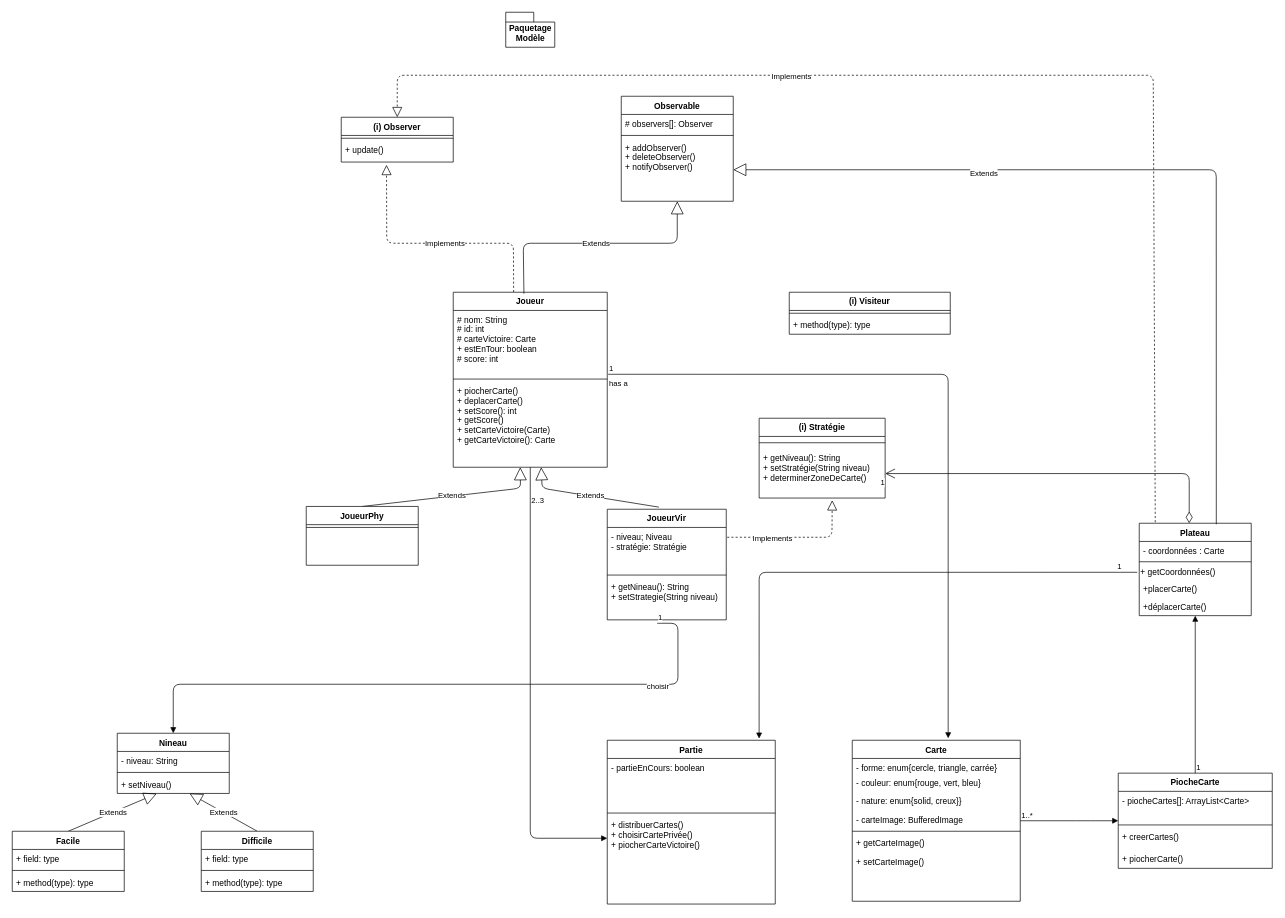
The draw.io diagram classe_paquetageModèle.drawio in codingTheWorld777/Diagrams-Project_SHAPE_UP, before the edit. Source tidied: cells renumbered, new cells numbered last; positions are measured from the earlier drawing's top-left corner, leaving out a move shared by most shapes. Both pictures are drawn from the tidied source at 70%, with x=0, y=0 at pixel (12, 12).
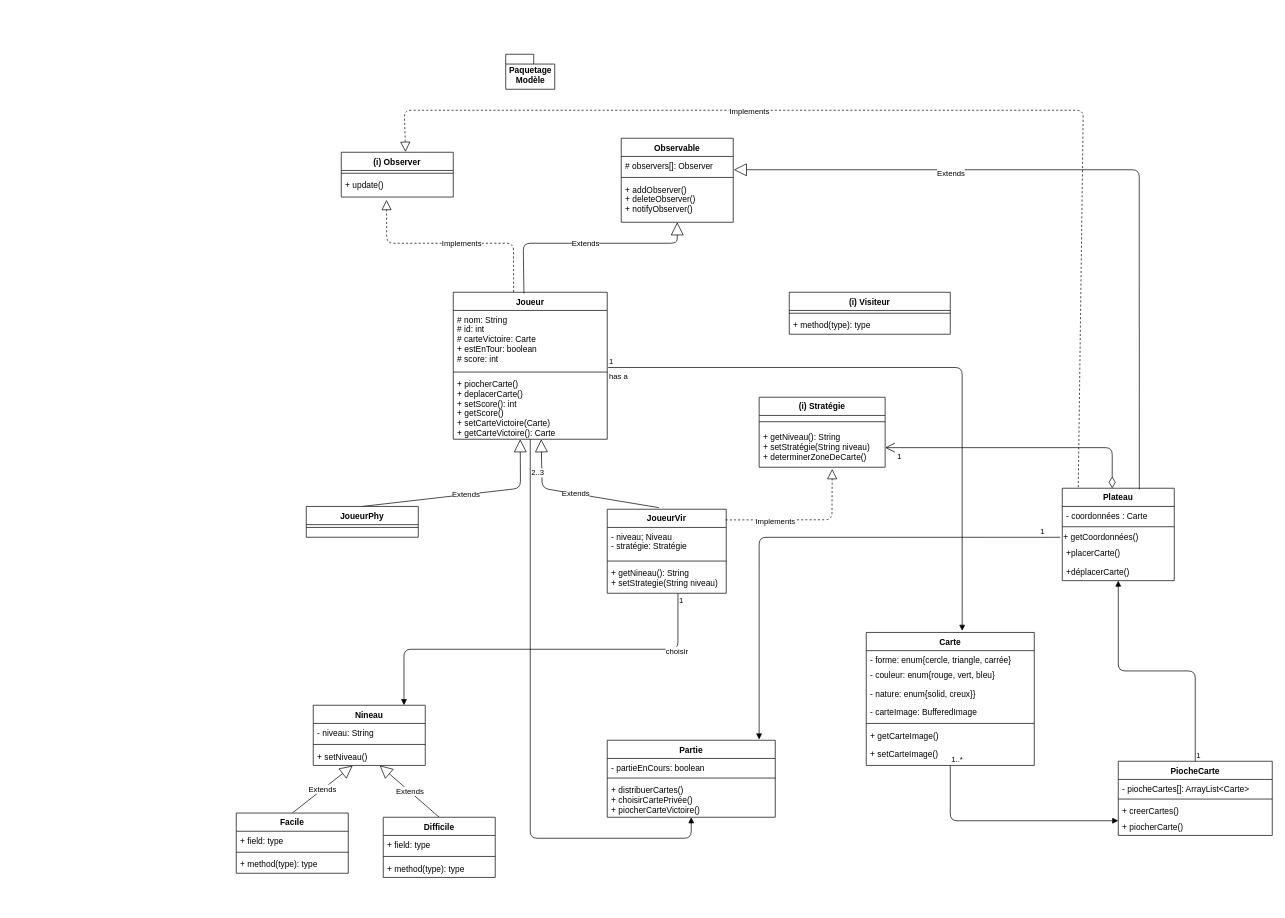
Above is the later version.

The change refers to these unchanged cells:
```xml
<mxCell id="15" value="# observers[]: Observer" style="text;strokeColor=none;fillColor=none;align=left;verticalAlign=top;spacingLeft=4;spacingRight=4;overflow=hidden;points=[[0,0.5],[1,0.5]];portConstraint=eastwest;" parent="14" vertex="1">
  <mxGeometry y="26" width="160" height="26" as="geometry" />
</mxCell>
<mxCell id="85" style="endArrow=open;html=1;endSize=12;startArrow=diamondThin;startSize=14;startFill=0;edgeStyle=orthogonalEdgeStyle;entryX=1;entryY=0.5;entryDx=0;entryDy=0;exitX=0.446;exitY=0;exitDx=0;exitDy=0;exitPerimeter=0;" parent="1" edge="1" source="54" target="80">
  <mxGeometry relative="1" as="geometry" />
</mxCell>
```

Change to the diagram source:
```diff
@@
     <mxCell id="2" value="(i) Observer" style="swimlane;fontStyle=1;align=center;verticalAlign=top;horizontal=1;startSize=26;" parent="1" vertex="1">
-      <mxGeometry x="470" y="150" width="160" height="64" as="geometry" />
+      <mxGeometry x="470" y="200" width="160" height="64" as="geometry" />
     </mxCell>
@@
     <mxCell id="7" value="Joueur" style="swimlane;fontStyle=1;align=center;verticalAlign=top;horizontal=1;startSize=26;" parent="1" vertex="1">
-      <mxGeometry x="630" y="400" width="220" height="250" as="geometry" />
+      <mxGeometry x="630" y="400" width="220" height="210" as="geometry" />
     </mxCell>
     <mxCell id="8" value="# nom: String&#10;# id: int&#10;# carteVictoire: Carte&#10;+ estEnTour: boolean&#10;# score: int" style="text;strokeColor=none;fillColor=none;align=left;verticalAlign=top;spacingLeft=4;spacingRight=4;overflow=hidden;points=[[0,0.5],[1,0.5]];portConstraint=eastwest;" parent="7" vertex="1">
-      <mxGeometry y="26" width="220" height="94" as="geometry" />
+      <mxGeometry y="26" width="220" height="84" as="geometry" />
     </mxCell>
     <mxCell id="9" style="line;strokeWidth=1;fillColor=none;align=left;verticalAlign=middle;spacingTop=-1;spacingLeft=3;spacingRight=3;labelPosition=right;" parent="7" vertex="1">
-      <mxGeometry y="120" width="220" height="8" as="geometry" />
+      <mxGeometry y="110" width="220" height="8" as="geometry" />
     </mxCell>
     <mxCell id="10" value="+ piocherCarte()&#10;+ deplacerCarte()&#10;+ setScore(): int&#10;+ getScore()&#10;+ setCarteVictoire(Carte)&#10;+ getCarteVictoire(): Carte" style="text;strokeColor=none;fillColor=none;align=left;verticalAlign=top;spacingLeft=4;spacingRight=4;overflow=hidden;points=[[0,0.5],[1,0.5]];portConstraint=eastwest;" parent="7" vertex="1">
-      <mxGeometry y="128" width="220" height="122" as="geometry" />
+      <mxGeometry y="118" width="220" height="92" as="geometry" />
     </mxCell>
@@
     <mxCell id="13" value="Paquetage&lt;br&gt;Modèle" style="shape=folder;fontStyle=1;spacingTop=10;tabWidth=40;tabHeight=14;tabPosition=left;html=1;fontColor=#000000;" parent="1" vertex="1">
-      <mxGeometry x="705" width="70" height="50" as="geometry" />
+      <mxGeometry x="705" y="60" width="70" height="50" as="geometry" />
     </mxCell>
     <mxCell id="14" value="Observable" style="swimlane;fontStyle=1;align=center;verticalAlign=top;horizontal=1;startSize=26;" parent="1" vertex="1">
-      <mxGeometry x="870" y="120" width="160" height="150" as="geometry" />
+      <mxGeometry x="870" y="180" width="160" height="120" as="geometry" />
     </mxCell>
@@
     <mxCell id="17" value="+ addObserver()&#10;+ deleteObserver()&#10;+ notifyObserver()" style="text;strokeColor=none;fillColor=none;align=left;verticalAlign=top;spacingLeft=4;spacingRight=4;overflow=hidden;points=[[0,0.5],[1,0.5]];portConstraint=eastwest;" parent="14" vertex="1">
-      <mxGeometry y="60" width="160" height="90" as="geometry" />
+      <mxGeometry y="60" width="160" height="60" as="geometry" />
     </mxCell>
-    <mxCell id="18" value="Extends" style="endArrow=block;endSize=16;endFill=0;html=1;fontColor=#000000;exitX=0.459;exitY=0.008;exitDx=0;exitDy=0;exitPerimeter=0;" parent="14" edge="1" source="7">
-      <mxGeometry relative="1" as="geometry">
-        <mxPoint x="80" y="150" as="targetPoint" />
-        <Array as="points">
-          <mxPoint x="-140" y="210" />
-          <mxPoint x="80" y="210" />
-        </Array>
-      </mxGeometry>
-    </mxCell>
     <mxCell id="19" value="Facile" style="swimlane;fontStyle=1;align=center;verticalAlign=top;horizontal=1;startSize=26;fontColor=#000000;" parent="1" vertex="1">
-      <mxGeometry y="1170" width="160" height="86" as="geometry" />
+      <mxGeometry x="320" y="1144" width="160" height="86" as="geometry" />
     </mxCell>
@@
     <mxCell id="23" value="Difficile" style="swimlane;fontStyle=1;align=center;verticalAlign=top;horizontal=1;startSize=26;fontColor=#000000;" parent="1" vertex="1">
-      <mxGeometry x="270" y="1170" width="160" height="86" as="geometry" />
+      <mxGeometry x="530" y="1150" width="160" height="86" as="geometry" />
     </mxCell>
@@
     <mxCell id="27" value="Nineau" style="swimlane;fontStyle=1;align=center;verticalAlign=top;horizontal=1;startSize=26;fontColor=#000000;" parent="1" vertex="1">
-      <mxGeometry x="150" y="1030" width="160" height="86" as="geometry" />
+      <mxGeometry x="430" y="990" width="160" height="86" as="geometry" />
     </mxCell>
@@
     <mxCell id="31" value="Carte" style="swimlane;fontStyle=1;align=center;verticalAlign=top;horizontal=1;startSize=26;rounded=0;shadow=0;strokeWidth=1;" parent="1" vertex="1">
-      <mxGeometry x="1200" y="1040" width="240" height="230" as="geometry" />
+      <mxGeometry x="1220" y="886" width="240" height="190" as="geometry" />
     </mxCell>
@@
     <mxCell id="39" value="JoueurVir" style="swimlane;fontStyle=1;align=center;verticalAlign=top;horizontal=1;startSize=26;" parent="1" vertex="1">
-      <mxGeometry x="850" y="710" width="170" height="158" as="geometry" />
+      <mxGeometry x="850" y="710" width="170" height="120" as="geometry" />
     </mxCell>
     <mxCell id="40" value="- niveau; Niveau&#10;- stratégie: Stratégie " style="text;strokeColor=none;fillColor=none;align=left;verticalAlign=top;spacingLeft=4;spacingRight=4;overflow=hidden;points=[[0,0.5],[1,0.5]];portConstraint=eastwest;" parent="39" vertex="1">
-      <mxGeometry y="26" width="170" height="64" as="geometry" />
+      <mxGeometry y="26" width="170" height="44" as="geometry" />
     </mxCell>
     <mxCell id="41" style="line;strokeWidth=1;fillColor=none;align=left;verticalAlign=middle;spacingTop=-1;spacingLeft=3;spacingRight=3;labelPosition=right;" parent="39" vertex="1">
-      <mxGeometry y="90" width="170" height="8" as="geometry" />
+      <mxGeometry y="70" width="170" height="8" as="geometry" />
     </mxCell>
     <mxCell id="42" value="+ getNineau(): String&#10;+ setStrategie(String niveau)" style="text;strokeColor=none;fillColor=none;align=left;verticalAlign=top;spacingLeft=4;spacingRight=4;overflow=hidden;points=[[0,0.5],[1,0.5]];portConstraint=eastwest;" parent="39" vertex="1">
-      <mxGeometry y="98" width="170" height="60" as="geometry" />
+      <mxGeometry y="78" width="170" height="42" as="geometry" />
     </mxCell>
     <mxCell id="43" value="JoueurPhy" style="swimlane;fontStyle=1;align=center;verticalAlign=top;horizontal=1;startSize=26;rounded=0;shadow=0;strokeWidth=1;" parent="1" vertex="1">
-      <mxGeometry x="420" y="706" width="160" height="84" as="geometry" />
+      <mxGeometry x="420" y="706" width="160" height="44" as="geometry" />
     </mxCell>
@@
     <mxCell id="45" value="PiocheCarte" style="swimlane;fontStyle=1;align=center;verticalAlign=top;horizontal=1;startSize=26;" parent="1" vertex="1">
-      <mxGeometry x="1580" y="1087" width="220" height="136" as="geometry" />
+      <mxGeometry x="1580" y="1070" width="220" height="106" as="geometry" />
     </mxCell>
     <mxCell id="46" value="- piocheCartes[]: ArrayList&lt;Carte&gt;" style="text;strokeColor=none;fillColor=none;align=left;verticalAlign=top;spacingLeft=4;spacingRight=4;overflow=hidden;" parent="45" vertex="1">
-      <mxGeometry y="26" width="220" height="44" as="geometry" />
+      <mxGeometry y="26" width="220" height="24" as="geometry" />
     </mxCell>
     <mxCell id="47" style="line;strokeWidth=1;fillColor=none;align=left;verticalAlign=middle;spacingTop=-1;spacingLeft=3;spacingRight=3;labelPosition=right;" parent="45" vertex="1">
-      <mxGeometry y="70" width="220" height="8" as="geometry" />
+      <mxGeometry y="50" width="220" height="8" as="geometry" />
     </mxCell>
     <mxCell id="48" value="+ creerCartes()" style="text;strokeColor=none;fillColor=none;align=left;verticalAlign=top;spacingLeft=4;spacingRight=4;overflow=hidden;" parent="45" vertex="1">
-      <mxGeometry y="78" width="220" height="32" as="geometry" />
+      <mxGeometry y="58" width="220" height="22" as="geometry" />
     </mxCell>
     <mxCell id="49" value="+ piocherCarte()" style="text;strokeColor=none;fillColor=none;align=left;verticalAlign=top;spacingLeft=4;spacingRight=4;overflow=hidden;" parent="45" vertex="1">
-      <mxGeometry y="110" width="220" height="26" as="geometry" />
+      <mxGeometry y="80" width="220" height="26" as="geometry" />
     </mxCell>
     <mxCell id="50" value="Partie" style="swimlane;fontStyle=1;align=center;verticalAlign=top;horizontal=1;startSize=26;" parent="1" vertex="1">
-      <mxGeometry x="850" y="1040" width="240" height="234" as="geometry" />
+      <mxGeometry x="850" y="1040" width="240" height="110" as="geometry" />
     </mxCell>
     <mxCell id="51" value="- partieEnCours: boolean&#10;" style="text;strokeColor=none;fillColor=none;align=left;verticalAlign=top;spacingLeft=4;spacingRight=4;overflow=hidden;" parent="50" vertex="1">
-      <mxGeometry y="26" width="240" height="74" as="geometry" />
+      <mxGeometry y="26" width="240" height="24" as="geometry" />
     </mxCell>
     <mxCell id="52" style="line;strokeWidth=1;fillColor=none;align=left;verticalAlign=middle;spacingTop=-1;spacingLeft=3;spacingRight=3;labelPosition=right;" parent="50" vertex="1">
-      <mxGeometry y="100" width="240" height="8" as="geometry" />
+      <mxGeometry y="50" width="240" height="8" as="geometry" />
     </mxCell>
     <mxCell id="53" value="+ distribuerCartes()&#10;+ choisirCartePrivée()&#10;+ piocherCarteVictoire()&#10;" style="text;strokeColor=none;fillColor=none;align=left;verticalAlign=top;spacingLeft=4;spacingRight=4;overflow=hidden;points=[[0,0.5],[1,0.5]];portConstraint=eastwest;" parent="50" vertex="1">
-      <mxGeometry y="108" width="240" height="126" as="geometry" />
+      <mxGeometry y="58" width="240" height="52" as="geometry" />
     </mxCell>
     <mxCell id="54" value="Plateau" style="swimlane;fontStyle=1;align=center;verticalAlign=top;horizontal=1;startSize=26;" parent="1" vertex="1">
-      <mxGeometry x="1610" y="730" width="160" height="132" as="geometry" />
+      <mxGeometry x="1500" y="680" width="160" height="132" as="geometry" />
     </mxCell>
@@
     <mxCell id="65" style="endArrow=block;endFill=1;html=1;edgeStyle=orthogonalEdgeStyle;align=left;verticalAlign=top;exitX=0.5;exitY=0;exitDx=0;exitDy=0;entryX=0.5;entryY=1;entryDx=0;entryDy=0;" parent="1" edge="1" source="45" target="54">
-      <mxGeometry x="-1" relative="1" as="geometry" />
+      <mxGeometry x="-1" relative="1" as="geometry">
+        <Array as="points">
+          <mxPoint x="1690" y="941" />
+          <mxPoint x="1580" y="941" />
+        </Array>
+      </mxGeometry>
     </mxCell>
@@
-    <mxCell id="71" value="Extends" style="endArrow=block;endSize=16;endFill=0;html=1;fontColor=#000000;entryX=1;entryY=0.5;entryDx=0;entryDy=0;exitX=0.688;exitY=0.011;exitDx=0;exitDy=0;exitPerimeter=0;" parent="1" edge="1" source="54" target="17">
+    <mxCell id="71" value="Extends" style="endArrow=block;endSize=16;endFill=0;html=1;fontColor=#000000;exitX=0.688;exitY=0.011;exitDx=0;exitDy=0;exitPerimeter=0;entryX=1.005;entryY=0.731;entryDx=0;entryDy=0;entryPerimeter=0;" parent="1" edge="1" source="54" target="15">
       <mxGeometry x="0.4" y="5" relative="1" as="geometry">
         <Array as="points">
-          <mxPoint x="1720" y="225" />
+          <mxPoint x="1610" y="225" />
         </Array>
       </mxGeometry>
     </mxCell>
@@
-    <mxCell id="74" style="endArrow=block;dashed=1;endFill=0;endSize=12;html=1;strokeColor=#000000;entryX=0.5;entryY=0;entryDx=0;entryDy=0;exitX=0.143;exitY=-0.011;exitDx=0;exitDy=0;exitPerimeter=0;" parent="1" edge="1" source="54" target="2">
+    <mxCell id="74" style="endArrow=block;dashed=1;endFill=0;endSize=12;html=1;strokeColor=#000000;exitX=0.143;exitY=-0.011;exitDx=0;exitDy=0;exitPerimeter=0;entryX=0.574;entryY=-0.007;entryDx=0;entryDy=0;entryPerimeter=0;" parent="1" edge="1" source="54" target="2">
       <mxGeometry relative="1" as="geometry">
         <Array as="points">
-          <mxPoint x="1630" y="90" />
-          <mxPoint x="550" y="90" />
+          <mxPoint x="1530" y="140" />
+          <mxPoint x="1110" y="140" />
+          <mxPoint x="830" y="140" />
+          <mxPoint x="560" y="140" />
         </Array>
       </mxGeometry>
     </mxCell>
     <mxCell id="75" value="Implements" style="edgeLabel;html=1;align=center;verticalAlign=middle;" parent="74" vertex="1">
-      <mxGeometry x="0.3" y="1" relative="1" as="geometry" />
+      <mxGeometry x="0.3" y="1" relative="1" as="geometry">
+        <mxPoint x="2.7" as="offset" />
+      </mxGeometry>
     </mxCell>
-    <mxCell id="76" value="choisir" style="endArrow=block;endFill=1;html=1;edgeStyle=orthogonalEdgeStyle;align=left;verticalAlign=top;strokeColor=#000000;entryX=0.5;entryY=0;entryDx=0;entryDy=0;exitX=0.42;exitY=1.081;exitDx=0;exitDy=0;exitPerimeter=0;" parent="1" edge="1" source="42" target="27">
+    <mxCell id="76" value="choisir" style="endArrow=block;endFill=1;html=1;edgeStyle=orthogonalEdgeStyle;align=left;verticalAlign=top;strokeColor=#000000;entryX=0.81;entryY=-0.001;entryDx=0;entryDy=0;entryPerimeter=0;" parent="1" edge="1" source="39" target="27">
       <mxGeometry x="-0.64" y="-10" relative="1" as="geometry">
         <Array as="points">
-          <mxPoint x="951" y="960" />
-          <mxPoint x="230" y="960" />
+          <mxPoint x="951" y="910" />
+          <mxPoint x="560" y="910" />
+          <mxPoint x="560" y="990" />
         </Array>
       </mxGeometry>
     </mxCell>
     <mxCell id="77" value="1" style="edgeLabel;html=1;align=left;verticalAlign=bottom;" parent="76" vertex="1">
-      <mxGeometry x="-1" relative="1" as="geometry" />
+      <mxGeometry x="-1" relative="1" as="geometry">
+        <mxPoint y="19" as="offset" />
+      </mxGeometry>
     </mxCell>
     <mxCell id="78" value="(i) Stratégie" style="swimlane;fontStyle=1;align=center;verticalAlign=top;horizontal=1;startSize=26;" parent="1" vertex="1">
-      <mxGeometry x="1067" y="580" width="180" height="114" as="geometry" />
+      <mxGeometry x="1067" y="550" width="180" height="100" as="geometry" />
     </mxCell>
@@
     <mxCell id="80" value="+ getNiveau(): String&#10;+ setStratégie(String niveau)&#10;+ determinerZoneDeCarte()&#10;" style="text;strokeColor=none;fillColor=none;align=left;verticalAlign=top;spacingLeft=4;spacingRight=4;overflow=hidden;points=[[0,0.5],[1,0.5]];portConstraint=eastwest;" parent="78" vertex="1">
-      <mxGeometry y="44" width="180" height="70" as="geometry" />
+      <mxGeometry y="44" width="180" height="56" as="geometry" />
     </mxCell>
-    <mxCell id="81" style="endArrow=block;dashed=1;endFill=0;endSize=12;html=1;strokeColor=#000000;entryX=0.58;entryY=1.045;entryDx=0;entryDy=0;entryPerimeter=0;exitX=1.008;exitY=0.219;exitDx=0;exitDy=0;exitPerimeter=0;" parent="1" edge="1" source="40" target="80">
+    <mxCell id="81" style="endArrow=block;dashed=1;endFill=0;endSize=12;html=1;strokeColor=#000000;entryX=0.58;entryY=1.045;entryDx=0;entryDy=0;entryPerimeter=0;exitX=0.994;exitY=0.127;exitDx=0;exitDy=0;exitPerimeter=0;" parent="1" edge="1" source="39" target="80">
       <mxGeometry relative="1" as="geometry">
         <Array as="points">
-          <mxPoint x="1171" y="750" />
+          <mxPoint x="1171" y="725" />
         </Array>
       </mxGeometry>
     </mxCell>
@@
     <mxCell id="86" value="1" style="edgeLabel;html=1;align=right;verticalAlign=top;" parent="85" vertex="1">
-      <mxGeometry x="1" relative="1" as="geometry" />
+      <mxGeometry x="1" relative="1" as="geometry">
+        <mxPoint x="23.1" as="offset" />
+      </mxGeometry>
     </mxCell>
+    <mxCell id="18" value="Extends" style="endArrow=block;endSize=16;endFill=0;html=1;fontColor=#000000;exitX=0.459;exitY=0.008;exitDx=0;exitDy=0;exitPerimeter=0;entryX=0.5;entryY=1;entryDx=0;entryDy=0;" parent="1" edge="1" source="7" target="14">
+      <mxGeometry relative="1" as="geometry">
+        <Array as="points">
+          <mxPoint x="730" y="330" />
+          <mxPoint x="950" y="330" />
+        </Array>
+      </mxGeometry>
+    </mxCell>
```
